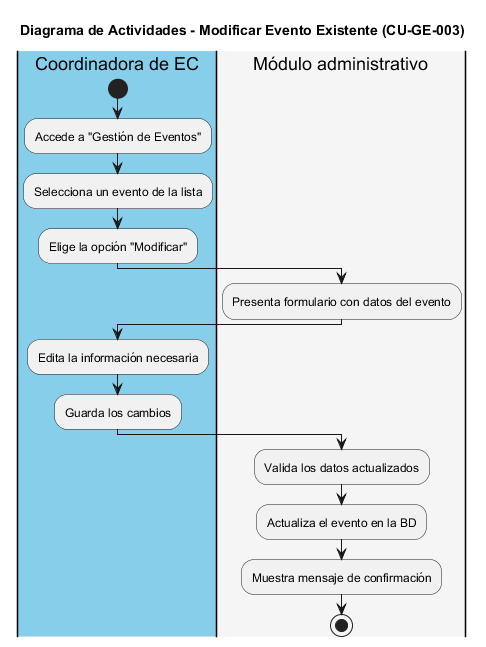
The PlantUML diagram img/CU-GE-003_Modificar_Evento.png in iKinoo/baby-salesforce-admin-module, before a commit. Its diagram source:
```plantuml
@startuml
title Diagrama de Actividades - Modificar Evento Existente (CU-GE-003)

|#skyblue|Coordinadora de EC|
start
:Accede a "Gestión de Eventos";
:Selecciona un evento de la lista;
:Elige la opción "Modificar";

|#whitesmoke|Módulo administrativo|
:Presenta formulario con datos del evento;

|#skyblue|Coordinadora de EC|
:Edita la información necesaria;
:Guarda los cambios;

|#whitesmoke|Módulo administrativo|
:Valida los datos actualizados;
:Actualiza el evento en la BD;
:Muestra mensaje de confirmación;
stop
@enduml
```
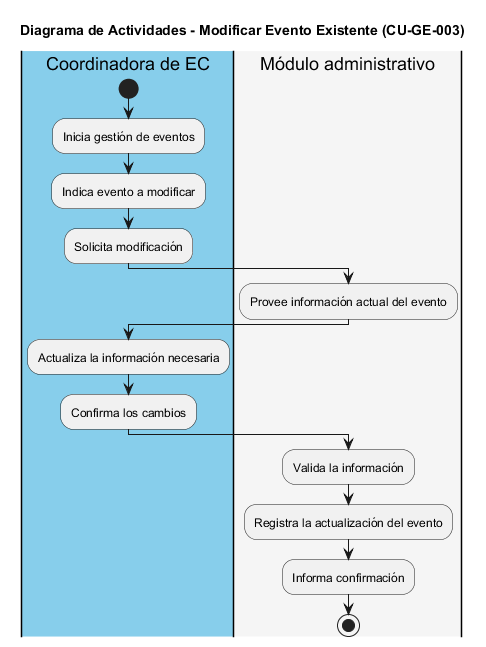
The same file after the commit.

Diff of the diagram source:
```diff
@@ -1,22 +1,22 @@
-@startuml
+@startuml CU-GE-003_Modificar_Evento
 title Diagrama de Actividades - Modificar Evento Existente (CU-GE-003)
 
 |#skyblue|Coordinadora de EC|
 start
-:Accede a "Gestión de Eventos";
-:Selecciona un evento de la lista;
-:Elige la opción "Modificar";
+:Inicia gestión de eventos;
+:Indica evento a modificar;
+:Solicita modificación;
 
 |#whitesmoke|Módulo administrativo|
-:Presenta formulario con datos del evento;
+:Provee información actual del evento;
 
 |#skyblue|Coordinadora de EC|
-:Edita la información necesaria;
-:Guarda los cambios;
+:Actualiza la información necesaria;
+:Confirma los cambios;
 
 |#whitesmoke|Módulo administrativo|
-:Valida los datos actualizados;
-:Actualiza el evento en la BD;
-:Muestra mensaje de confirmación;
+:Valida la información;
+:Registra la actualización del evento;
+:Informa confirmación;
 stop
 @enduml
```
